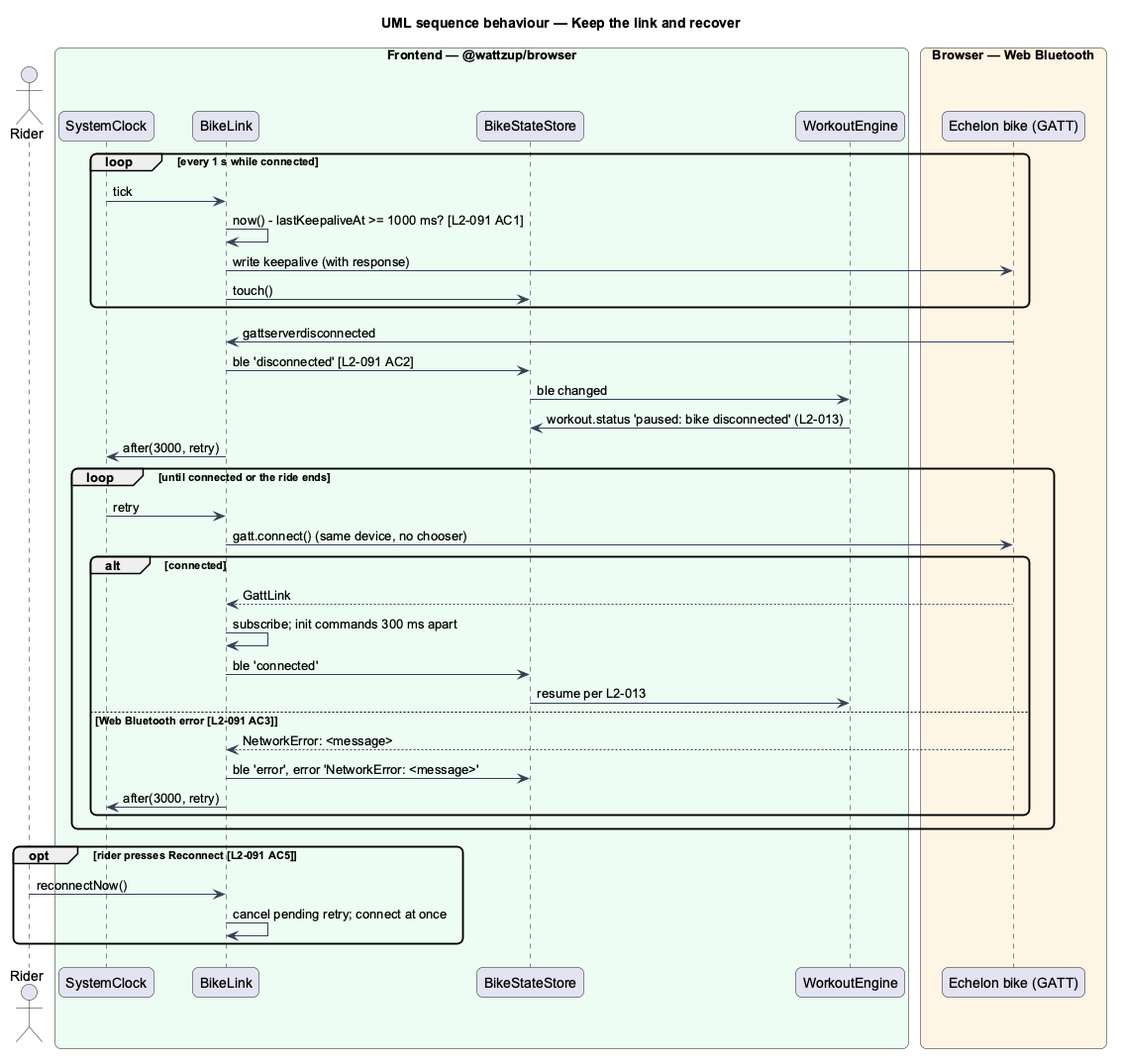
The PlantUML diagram docs/detailed-designs/browser-edition/connect-bike-in-browser/diagrams/sequence-keepalive-and-recovery.png in QuinntyneBrown/ride-one, before a commit.
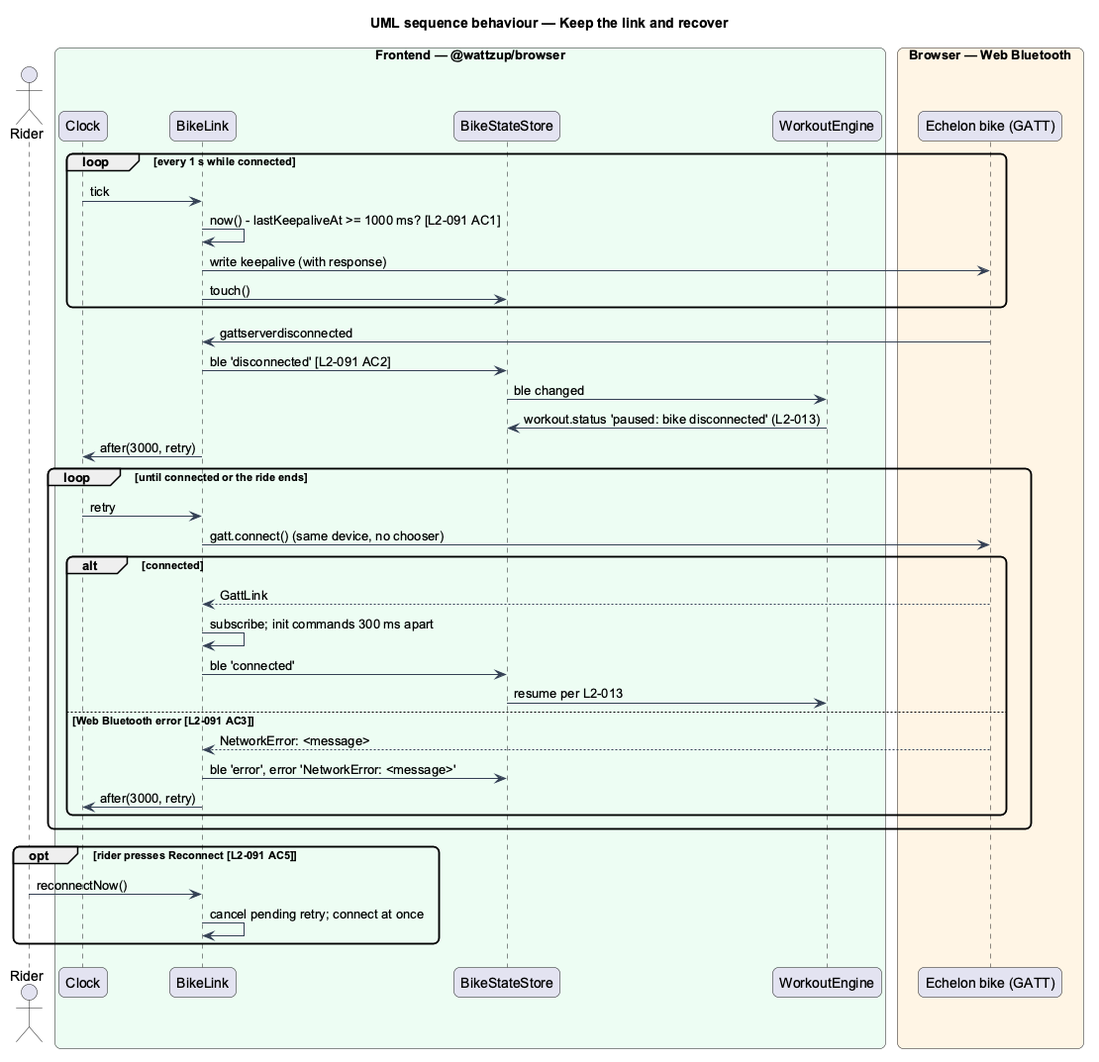
Later version of the same file.

Change to the diagram source:
```diff
@@ -7,7 +7,7 @@
 skinparam ArrowColor #344054
 actor "Rider" as rider
 box "Frontend — @wattzup/browser" #ECFDF3
-  participant "SystemClock" as clock
+  participant "Clock" as clock
   participant "BikeLink" as link
   participant "BikeStateStore" as store
   participant "WorkoutEngine" as engine
```
